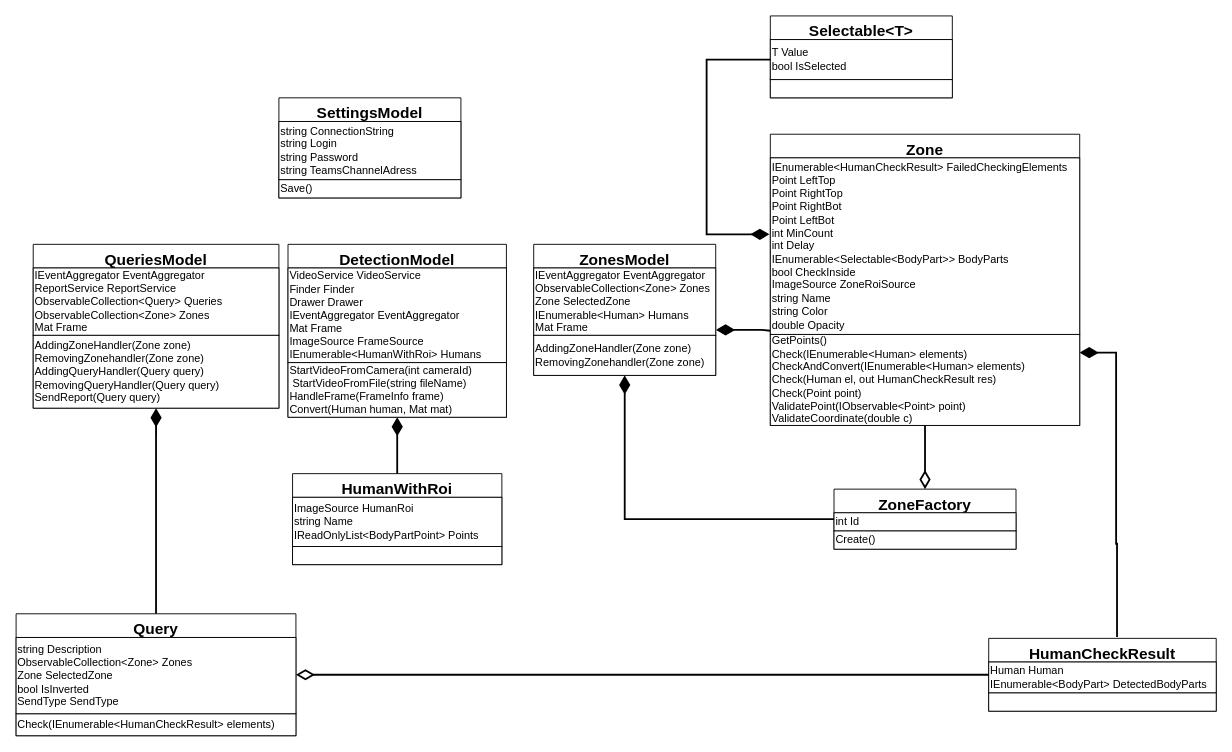
Before: page "Models" (1 of 11) of Engineering/Packets-detailed.drawio in GoldGreen/Skeletonization, a draw.io diagram. Source tidied: cells renumbered, new cells numbered last; positions are measured from the earlier drawing's top-left corner, leaving out a move shared by most shapes. Both pictures are drawn from the tidied source at 91%, with x=0, y=0 at pixel (15, 15).
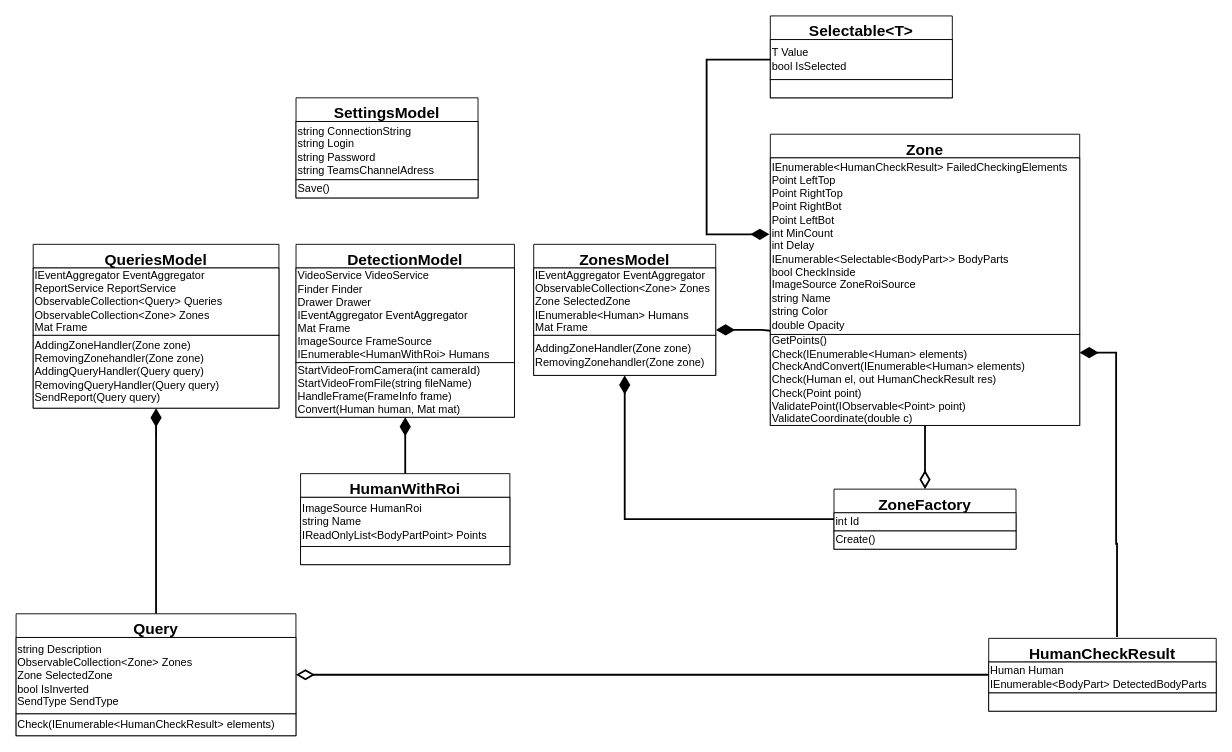
After the change.

The edit, as a diff of the source:
```diff
@@
     <mxCell id="12" value="SettingsModel" style="swimlane;fontStyle=1;align=center;verticalAlign=top;horizontal=1;startSize=26;fontSize=17;" parent="1" vertex="1">
-      <mxGeometry x="289" y="90" width="200" height="110" as="geometry" />
+      <mxGeometry x="307.8" y="90" width="200" height="110" as="geometry" />
     </mxCell>
@@
     <mxCell id="16" value="DetectionModel" style="swimlane;fontStyle=1;align=center;verticalAlign=top;horizontal=1;startSize=26;fontSize=17;" parent="1" vertex="1">
-      <mxGeometry x="299" y="251" width="240" height="190" as="geometry" />
+      <mxGeometry x="307.8" y="251" width="240" height="190" as="geometry" />
     </mxCell>
@@
-    <mxCell id="18" value="StartVideoFromCamera(int cameraId)&lt;br&gt;&amp;nbsp;StartVideoFromFile(string fileName)&lt;br&gt;HandleFrame(FrameInfo frame)&lt;br&gt;Convert(Human human, Mat mat)" style="rounded=0;whiteSpace=wrap;html=1;fontFamily=Helvetica;fontSize=12;fontColor=default;startSize=26;strokeColor=default;fillColor=default;align=left;" parent="16" vertex="1">
+    <mxCell id="18" value="StartVideoFromCamera(int cameraId)&lt;br&gt;StartVideoFromFile(string fileName)&lt;br&gt;HandleFrame(FrameInfo frame)&lt;br&gt;Convert(Human human, Mat mat)" style="rounded=0;whiteSpace=wrap;html=1;fontFamily=Helvetica;fontSize=12;fontColor=default;startSize=26;strokeColor=default;fillColor=default;align=left;" parent="16" vertex="1">
       <mxGeometry y="130" width="240" height="60" as="geometry" />
     </mxCell>
@@
     <mxCell id="27" value="HumanWithRoi" style="swimlane;fontStyle=1;align=center;verticalAlign=top;horizontal=1;startSize=26;fontSize=17;" parent="1" vertex="1">
-      <mxGeometry x="304" y="503" width="230" height="100" as="geometry" />
+      <mxGeometry x="312.8" y="503" width="230" height="100" as="geometry" />
     </mxCell>
```
